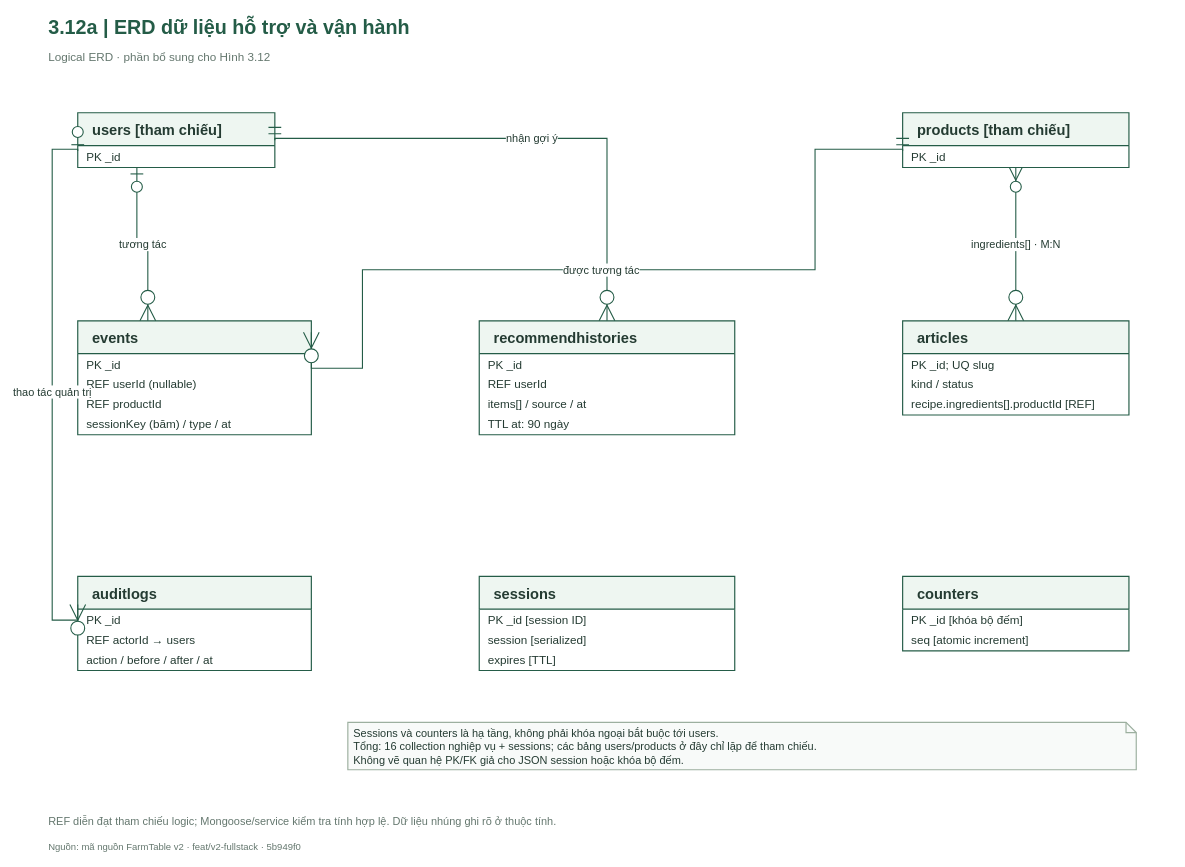
Before: FarmTable_Chuong3/So_do_BA/drawio/Hinh_3_12a.drawio in hathu1272006-eng/PTWnangcao, a draw.io diagram. Source tidied: cells renumbered, new cells numbered last; positions are measured from the earlier drawing's top-left corner, leaving out a move shared by most shapes. Both pictures are drawn from the tidied source at 73%, with x=0, y=0 at pixel (48, 12).
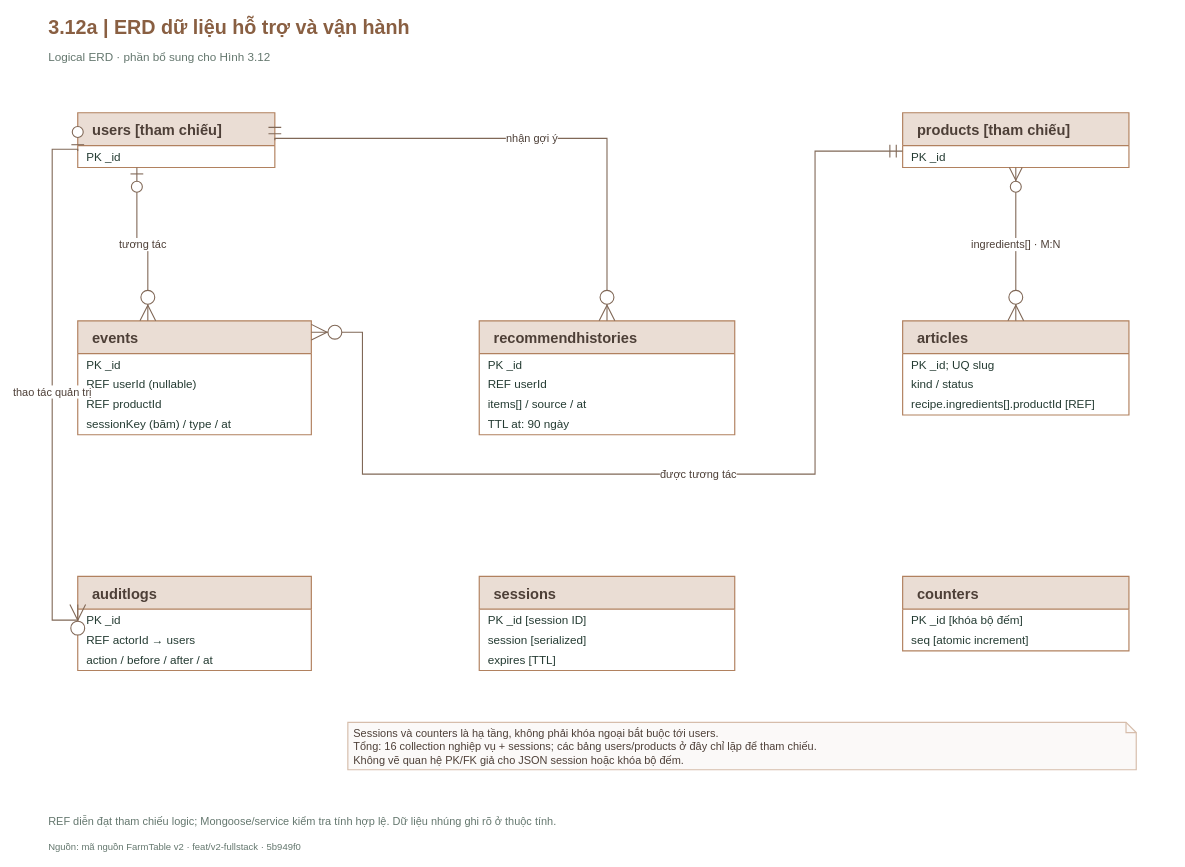
The same diagram, later.

Change to the diagram source:
```diff
@@
-    <mxCell id="2" value="3.12a  |  ERD dữ liệu hỗ trợ và vận hành" style="html=1;whiteSpace=wrap;fontFamily=Arial;fontSize=18;fontColor=#243B32;strokeColor=#245C47;strokeWidth=1.6;fillColor=#FFFFFF;spacing=8;text;strokeColor=none;fillColor=none;align=left;verticalAlign=middle;fontSize=27;fontStyle=1;fontColor=#245C47;spacing=0;" parent="1" vertex="1">
+    <mxCell id="2" value="3.12a  |  ERD dữ liệu hỗ trợ và vận hành" style="html=1;whiteSpace=wrap;fontFamily=Arial;fontSize=18;strokeColor=#245C47;strokeWidth=1.6;fillColor=#FFFFFF;spacing=8;text;strokeColor=none;fillColor=none;align=left;verticalAlign=middle;fontSize=27;fontStyle=1;spacing=0;fontColor=#895F42;" parent="1" vertex="1">
       <mxGeometry width="1540" height="40" as="geometry" />
     </mxCell>
@@
-    <mxCell id="4" value="&lt;b&gt;users [tham chiếu]&lt;/b&gt;" style="html=1;whiteSpace=wrap;fontFamily=Arial;fontSize=18;fontColor=#243B32;strokeColor=#245C47;strokeWidth=1.6;fillColor=#FFFFFF;spacing=8;swimlane;horizontal=1;startSize=45;fillColor=#EEF6F1;align=left;spacingLeft=12;fontSize=20;" parent="1" vertex="1">
+    <mxCell id="4" value="&lt;b&gt;users [tham chiếu]&lt;/b&gt;" style="html=1;whiteSpace=wrap;fontFamily=Arial;fontSize=18;strokeWidth=1.6;spacing=8;swimlane;horizontal=1;startSize=45;align=left;spacingLeft=12;fontSize=20;fillColor=#EADDD4;strokeColor=#B1815F;fontColor=#4D3F37;swimlaneFillColor=#FFFFFF;" parent="1" vertex="1">
       <mxGeometry x="40" y="137" width="270" height="75" as="geometry" />
     </mxCell>
@@
-    <mxCell id="6" value="&lt;b&gt;products [tham chiếu]&lt;/b&gt;" style="html=1;whiteSpace=wrap;fontFamily=Arial;fontSize=18;fontColor=#243B32;strokeColor=#245C47;strokeWidth=1.6;fillColor=#FFFFFF;spacing=8;swimlane;horizontal=1;startSize=45;fillColor=#EEF6F1;align=left;spacingLeft=12;fontSize=20;" parent="1" vertex="1">
+    <mxCell id="6" value="&lt;b&gt;products [tham chiếu]&lt;/b&gt;" style="html=1;whiteSpace=wrap;fontFamily=Arial;fontSize=18;strokeWidth=1.6;spacing=8;swimlane;horizontal=1;startSize=45;align=left;spacingLeft=12;fontSize=20;fillColor=#EADDD4;strokeColor=#B1815F;fontColor=#4D3F37;swimlaneFillColor=#FFFFFF;" parent="1" vertex="1">
       <mxGeometry x="1170" y="137" width="310" height="75" as="geometry" />
     </mxCell>
@@
-    <mxCell id="8" value="&lt;b&gt;events&lt;/b&gt;" style="html=1;whiteSpace=wrap;fontFamily=Arial;fontSize=18;fontColor=#243B32;strokeColor=#245C47;strokeWidth=1.6;fillColor=#FFFFFF;spacing=8;swimlane;horizontal=1;startSize=45;fillColor=#EEF6F1;align=left;spacingLeft=12;fontSize=20;" parent="1" vertex="1">
+    <mxCell id="8" value="&lt;b&gt;events&lt;/b&gt;" style="html=1;whiteSpace=wrap;fontFamily=Arial;fontSize=18;strokeWidth=1.6;spacing=8;swimlane;horizontal=1;startSize=45;align=left;spacingLeft=12;fontSize=20;fillColor=#EADDD4;strokeColor=#B1815F;fontColor=#4D3F37;swimlaneFillColor=#FFFFFF;" parent="1" vertex="1">
       <mxGeometry x="40" y="422" width="320" height="156" as="geometry" />
     </mxCell>
@@
-    <mxCell id="13" value="&lt;b&gt;recommendhistories&lt;/b&gt;" style="html=1;whiteSpace=wrap;fontFamily=Arial;fontSize=18;fontColor=#243B32;strokeColor=#245C47;strokeWidth=1.6;fillColor=#FFFFFF;spacing=8;swimlane;horizontal=1;startSize=45;fillColor=#EEF6F1;align=left;spacingLeft=12;fontSize=20;" parent="1" vertex="1">
+    <mxCell id="13" value="&lt;b&gt;recommendhistories&lt;/b&gt;" style="html=1;whiteSpace=wrap;fontFamily=Arial;fontSize=18;strokeWidth=1.6;spacing=8;swimlane;horizontal=1;startSize=45;align=left;spacingLeft=12;fontSize=20;fillColor=#EADDD4;strokeColor=#B1815F;fontColor=#4D3F37;swimlaneFillColor=#FFFFFF;" parent="1" vertex="1">
       <mxGeometry x="590" y="422" width="350" height="156" as="geometry" />
     </mxCell>
@@
-    <mxCell id="18" value="&lt;b&gt;articles&lt;/b&gt;" style="html=1;whiteSpace=wrap;fontFamily=Arial;fontSize=18;fontColor=#243B32;strokeColor=#245C47;strokeWidth=1.6;fillColor=#FFFFFF;spacing=8;swimlane;horizontal=1;startSize=45;fillColor=#EEF6F1;align=left;spacingLeft=12;fontSize=20;" parent="1" vertex="1">
+    <mxCell id="18" value="&lt;b&gt;articles&lt;/b&gt;" style="html=1;whiteSpace=wrap;fontFamily=Arial;fontSize=18;strokeWidth=1.6;spacing=8;swimlane;horizontal=1;startSize=45;align=left;spacingLeft=12;fontSize=20;fillColor=#EADDD4;strokeColor=#B1815F;fontColor=#4D3F37;swimlaneFillColor=#FFFFFF;" parent="1" vertex="1">
       <mxGeometry x="1170" y="422" width="310" height="129" as="geometry" />
     </mxCell>
@@
-    <mxCell id="22" value="&lt;b&gt;auditlogs&lt;/b&gt;" style="html=1;whiteSpace=wrap;fontFamily=Arial;fontSize=18;fontColor=#243B32;strokeColor=#245C47;strokeWidth=1.6;fillColor=#FFFFFF;spacing=8;swimlane;horizontal=1;startSize=45;fillColor=#EEF6F1;align=left;spacingLeft=12;fontSize=20;" parent="1" vertex="1">
+    <mxCell id="22" value="&lt;b&gt;auditlogs&lt;/b&gt;" style="html=1;whiteSpace=wrap;fontFamily=Arial;fontSize=18;strokeWidth=1.6;spacing=8;swimlane;horizontal=1;startSize=45;align=left;spacingLeft=12;fontSize=20;fillColor=#EADDD4;strokeColor=#B1815F;fontColor=#4D3F37;swimlaneFillColor=#FFFFFF;" parent="1" vertex="1">
       <mxGeometry x="40" y="772" width="320" height="129" as="geometry" />
     </mxCell>
@@
-    <mxCell id="26" value="&lt;b&gt;sessions&lt;/b&gt;" style="html=1;whiteSpace=wrap;fontFamily=Arial;fontSize=18;fontColor=#243B32;strokeColor=#245C47;strokeWidth=1.6;fillColor=#FFFFFF;spacing=8;swimlane;horizontal=1;startSize=45;fillColor=#EEF6F1;align=left;spacingLeft=12;fontSize=20;" parent="1" vertex="1">
+    <mxCell id="26" value="&lt;b&gt;sessions&lt;/b&gt;" style="html=1;whiteSpace=wrap;fontFamily=Arial;fontSize=18;strokeWidth=1.6;spacing=8;swimlane;horizontal=1;startSize=45;align=left;spacingLeft=12;fontSize=20;fillColor=#EADDD4;strokeColor=#B1815F;fontColor=#4D3F37;swimlaneFillColor=#FFFFFF;" parent="1" vertex="1">
       <mxGeometry x="590" y="772" width="350" height="129" as="geometry" />
     </mxCell>
@@
-    <mxCell id="30" value="&lt;b&gt;counters&lt;/b&gt;" style="html=1;whiteSpace=wrap;fontFamily=Arial;fontSize=18;fontColor=#243B32;strokeColor=#245C47;strokeWidth=1.6;fillColor=#FFFFFF;spacing=8;swimlane;horizontal=1;startSize=45;fillColor=#EEF6F1;align=left;spacingLeft=12;fontSize=20;" parent="1" vertex="1">
+    <mxCell id="30" value="&lt;b&gt;counters&lt;/b&gt;" style="html=1;whiteSpace=wrap;fontFamily=Arial;fontSize=18;strokeWidth=1.6;spacing=8;swimlane;horizontal=1;startSize=45;align=left;spacingLeft=12;fontSize=20;fillColor=#EADDD4;strokeColor=#B1815F;fontColor=#4D3F37;swimlaneFillColor=#FFFFFF;" parent="1" vertex="1">
       <mxGeometry x="1170" y="772" width="310" height="102" as="geometry" />
     </mxCell>
@@
-    <mxCell id="33" value="tương tác" style="edgeStyle=orthogonalEdgeStyle;rounded=0;jettySize=20;html=1;fontFamily=Arial;fontSize=15;fontColor=#243B32;labelBackgroundColor=#FFFFFF;strokeColor=#245C47;strokeWidth=1.5;endArrow=block;endFill=1;startArrow=ERmandOne;startSize=15;endArrow=ERzeroToMany;endSize=19;exitX=0.3;exitY=1;entryX=0.3;entryY=0;exitDx=0;exitDy=0;entryDx=0;entryDy=0;startArrow=ERzeroToOne;" parent="1" edge="1" source="4" target="8">
+    <mxCell id="33" value="tương tác" style="edgeStyle=orthogonalEdgeStyle;rounded=0;jettySize=20;html=1;fontFamily=Arial;fontSize=15;labelBackgroundColor=#FFFFFF;strokeWidth=1.5;endArrow=block;endFill=1;startArrow=ERmandOne;startSize=15;endArrow=ERzeroToMany;endSize=19;exitX=0.3;exitY=1;entryX=0.3;entryY=0;exitDx=0;exitDy=0;entryDx=0;entryDy=0;startArrow=ERzeroToOne;strokeColor=#806857;fontColor=#4D3F37;" parent="1" edge="1" source="4" target="8">
       <mxGeometry relative="1" as="geometry" />
     </mxCell>
-    <mxCell id="34" value="nhận gợi ý" style="edgeStyle=orthogonalEdgeStyle;rounded=0;jettySize=20;html=1;fontFamily=Arial;fontSize=15;fontColor=#243B32;labelBackgroundColor=#FFFFFF;strokeColor=#245C47;strokeWidth=1.5;endArrow=block;endFill=1;startArrow=ERmandOne;startSize=15;endArrow=ERzeroToMany;endSize=19;exitX=1;exitY=0.5;entryX=0.5;entryY=0;exitDx=0;exitDy=0;entryDx=0;entryDy=0;" parent="1" edge="1" source="4" target="13">
+    <mxCell id="34" value="nhận gợi ý" style="edgeStyle=orthogonalEdgeStyle;rounded=0;jettySize=20;html=1;fontFamily=Arial;fontSize=15;labelBackgroundColor=#FFFFFF;strokeWidth=1.5;endArrow=block;endFill=1;startArrow=ERmandOne;startSize=15;endArrow=ERzeroToMany;endSize=19;exitX=1;exitY=0.5;entryX=0.5;entryY=0;exitDx=0;exitDy=0;entryDx=0;entryDy=0;strokeColor=#806857;fontColor=#4D3F37;" parent="1" edge="1" source="4" target="13">
       <mxGeometry relative="1" as="geometry">
         <Array as="points">
           <mxPoint x="765" y="172" />
         </Array>
       </mxGeometry>
     </mxCell>
-    <mxCell id="35" value="được tương tác" style="edgeStyle=orthogonalEdgeStyle;rounded=0;jettySize=20;html=1;fontFamily=Arial;fontSize=15;fontColor=#243B32;labelBackgroundColor=#FFFFFF;strokeColor=#245C47;strokeWidth=1.5;endArrow=block;endFill=1;startArrow=ERmandOne;startSize=15;endArrow=ERzeroToMany;endSize=19;exitX=0;exitY=0.7;entryX=1;entryY=0.1;exitDx=0;exitDy=0;entryDx=0;entryDy=0;" parent="1" edge="1" source="6" target="8">
+    <mxCell id="35" value="được tương tác" style="edgeStyle=orthogonalEdgeStyle;rounded=0;jettySize=20;html=1;fontFamily=Arial;fontSize=15;labelBackgroundColor=#FFFFFF;strokeWidth=1.5;endArrow=block;endFill=1;startArrow=ERmandOne;startSize=15;endArrow=ERzeroToMany;endSize=19;exitX=0;exitY=0.7;entryX=1;entryY=0.1;exitDx=0;exitDy=0;entryDx=0;entryDy=0;strokeColor=#806857;fontColor=#4D3F37;" parent="1" edge="1" source="6" target="8">
       <mxGeometry relative="1" as="geometry">
         <Array as="points">
-          <mxPoint x="1050" y="187" />
-          <mxPoint x="1050" y="352" />
-          <mxPoint x="430" y="352" />
-          <mxPoint x="430" y="487" />
+          <mxPoint x="1050" y="189" />
+          <mxPoint x="1050" y="632" />
+          <mxPoint x="430" y="632" />
+          <mxPoint x="430" y="438" />
         </Array>
       </mxGeometry>
     </mxCell>
-    <mxCell id="36" value="ingredients[] · M:N" style="edgeStyle=orthogonalEdgeStyle;rounded=0;jettySize=20;html=1;fontFamily=Arial;fontSize=15;fontColor=#243B32;labelBackgroundColor=#FFFFFF;strokeColor=#245C47;strokeWidth=1.5;endArrow=block;endFill=1;startArrow=ERmandOne;startSize=15;endArrow=ERzeroToMany;endSize=19;exitX=0.5;exitY=1;entryX=0.5;entryY=0;exitDx=0;exitDy=0;entryDx=0;entryDy=0;startArrow=ERzeroToMany;endArrow=ERzeroToMany;" parent="1" edge="1" source="6" target="18">
+    <mxCell id="36" value="ingredients[] · M:N" style="edgeStyle=orthogonalEdgeStyle;rounded=0;jettySize=20;html=1;fontFamily=Arial;fontSize=15;labelBackgroundColor=#FFFFFF;strokeWidth=1.5;endArrow=block;endFill=1;startArrow=ERmandOne;startSize=15;endArrow=ERzeroToMany;endSize=19;exitX=0.5;exitY=1;entryX=0.5;entryY=0;exitDx=0;exitDy=0;entryDx=0;entryDy=0;startArrow=ERzeroToMany;endArrow=ERzeroToMany;strokeColor=#806857;fontColor=#4D3F37;" parent="1" edge="1" source="6" target="18">
       <mxGeometry relative="1" as="geometry" />
     </mxCell>
-    <mxCell id="37" value="thao tác quản trị" style="edgeStyle=orthogonalEdgeStyle;rounded=0;jettySize=20;html=1;fontFamily=Arial;fontSize=15;fontColor=#243B32;labelBackgroundColor=#FFFFFF;strokeColor=#245C47;strokeWidth=1.5;endArrow=block;endFill=1;startArrow=ERmandOne;startSize=15;endArrow=ERzeroToMany;endSize=19;exitX=0;exitY=0.7;entryX=0;entryY=0.3;exitDx=0;exitDy=0;entryDx=0;entryDy=0;startArrow=ERzeroToOne;" parent="1" edge="1" source="4" target="22">
+    <mxCell id="37" value="thao tác quản trị" style="edgeStyle=orthogonalEdgeStyle;rounded=0;jettySize=20;html=1;fontFamily=Arial;fontSize=15;labelBackgroundColor=#FFFFFF;strokeWidth=1.5;endArrow=block;endFill=1;startArrow=ERmandOne;startSize=15;endArrow=ERzeroToMany;endSize=19;exitX=0;exitY=0.7;entryX=0;entryY=0.3;exitDx=0;exitDy=0;entryDx=0;entryDy=0;startArrow=ERzeroToOne;strokeColor=#806857;fontColor=#4D3F37;" parent="1" edge="1" source="4" target="22">
       <mxGeometry relative="1" as="geometry">
         <Array as="points">
           <mxPoint x="5" y="187" />
           <mxPoint x="5" y="832" />
         </Array>
       </mxGeometry>
     </mxCell>
-    <mxCell id="38" value="Sessions và counters là hạ tầng, không phải khóa ngoại bắt buộc tới users.&lt;br/&gt;Tổng: 16 collection nghiệp vụ + sessions; các bảng users/products ở đây chỉ lặp để tham chiếu.&lt;br/&gt;Không vẽ quan hệ PK/FK giả cho JSON session hoặc khóa bộ đếm." style="html=1;whiteSpace=wrap;fontFamily=Arial;fontSize=18;fontColor=#243B32;strokeColor=#245C47;strokeWidth=1.6;fillColor=#FFFFFF;spacing=8;shape=note;size=14;fillColor=#F8FAF9;strokeColor=#9CAF9F;align=left;fontSize=15;" parent="1" vertex="1">
+    <mxCell id="38" value="Sessions và counters là hạ tầng, không phải khóa ngoại bắt buộc tới users.&lt;br/&gt;Tổng: 16 collection nghiệp vụ + sessions; các bảng users/products ở đây chỉ lặp để tham chiếu.&lt;br/&gt;Không vẽ quan hệ PK/FK giả cho JSON session hoặc khóa bộ đếm." style="html=1;whiteSpace=wrap;fontFamily=Arial;fontSize=18;strokeWidth=1.6;spacing=8;shape=note;size=14;align=left;fontSize=15;fillColor=#FBF9F8;strokeColor=#D6BDAB;fontColor=#4D3F37;" parent="1" vertex="1">
       <mxGeometry x="410" y="972" width="1080" height="65" as="geometry" />
     </mxCell>
```
